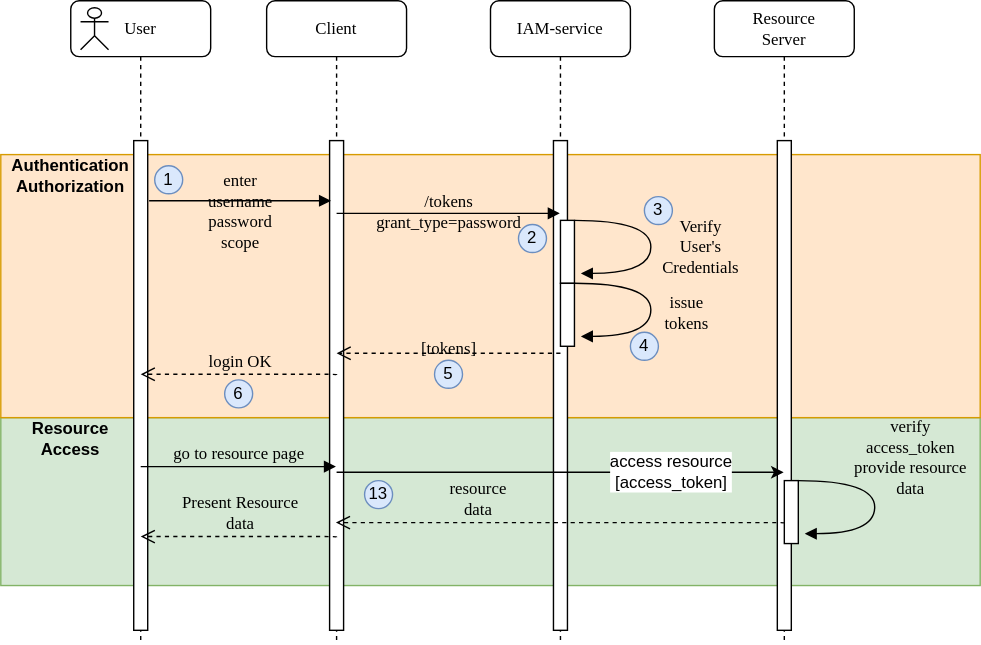
Before: docs/oauth2/133_password-credentials-flow.svg, a diagram exported from draw.io (jveverka/iam-service). Source tidied: cells renumbered, new cells last; positions are measured from the earlier drawing's top-left corner, leaving out a move shared by most shapes.
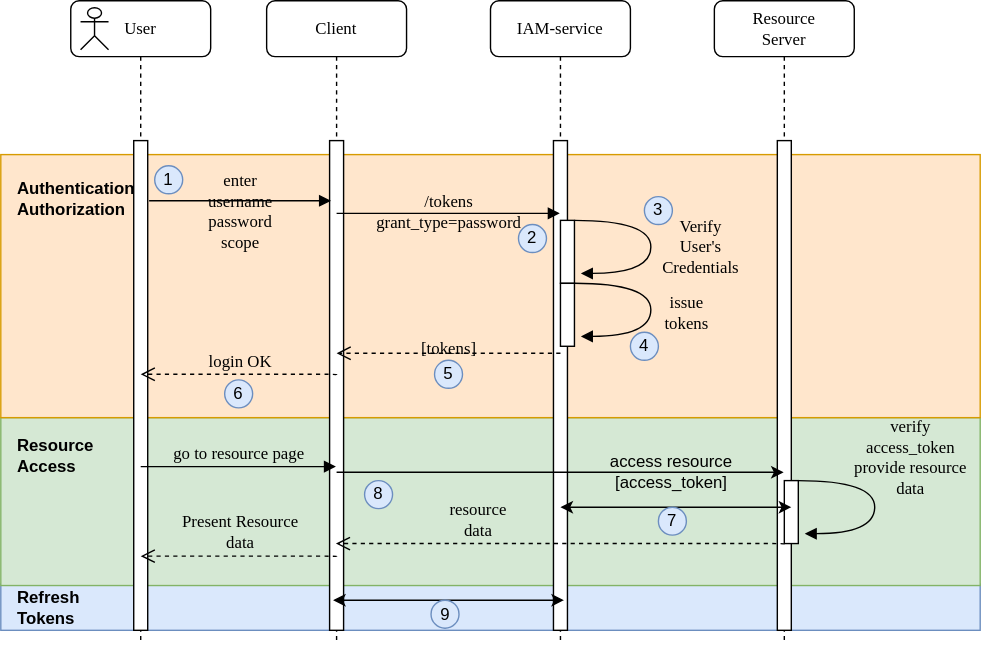
The same file after the commit.

What changed in the source:
```diff
@@ -2,6 +2,9 @@
   <root>
     <mxCell id="0" />
     <mxCell id="1" parent="0" />
+    <mxCell id="37" style="rounded=0;whiteSpace=wrap;html=1;fillColor=#dae8fc;strokeColor=#6c8ebf;" parent="1" vertex="1">
+      <mxGeometry y="417" width="700" height="33" as="geometry" />
+    </mxCell>
     <mxCell id="2" style="rounded=0;whiteSpace=wrap;html=1;fillColor=#d5e8d4;strokeColor=#82b366;" parent="1" vertex="1">
       <mxGeometry y="298" width="700" height="120" as="geometry" />
     </mxCell>
@@ -119,16 +122,16 @@
         <mxPoint x="559.5" y="337" as="targetPoint" />
       </mxGeometry>
     </mxCell>
-    <mxCell id="28" value="access resource&lt;br&gt;[access_token]" style="text;html=1;align=center;verticalAlign=middle;labelBackgroundColor=#ffffff;" parent="27" vertex="1">
+    <mxCell id="28" value="access resource&lt;br&gt;[access_token]" style="text;html=1;align=center;verticalAlign=middle;labelBackgroundColor=none;" parent="27" vertex="1">
       <mxGeometry x="0.49" y="1" relative="1" as="geometry" />
     </mxCell>
     <mxCell id="29" value="resource&lt;br&gt;data" style="html=1;verticalAlign=bottom;endArrow=open;dashed=1;endSize=8;labelBackgroundColor=none;fontFamily=Verdana;fontSize=12;edgeStyle=elbowEdgeStyle;elbow=vertical;" parent="1" edge="1">
       <mxGeometry x="0.37" relative="1" as="geometry">
-        <mxPoint x="560" y="373.5" as="sourcePoint" />
-        <mxPoint x="239.5" y="373" as="targetPoint" />
+        <mxPoint x="560" y="388.5" as="sourcePoint" />
+        <mxPoint x="239.5" y="388" as="targetPoint" />
         <Array as="points">
-          <mxPoint x="525" y="373" />
-          <mxPoint x="555" y="373" />
+          <mxPoint x="525" y="388" />
+          <mxPoint x="555" y="388" />
         </Array>
       </mxGeometry>
     </mxCell>
@@ -140,11 +143,11 @@
     </mxCell>
     <mxCell id="31" value="Present Resource&lt;br&gt;data" style="html=1;verticalAlign=bottom;endArrow=open;dashed=1;endSize=8;labelBackgroundColor=none;fontFamily=Verdana;fontSize=12;edgeStyle=elbowEdgeStyle;elbow=vertical;" parent="1" edge="1">
       <mxGeometry relative="1" as="geometry">
-        <mxPoint x="240" y="383.5" as="sourcePoint" />
-        <mxPoint x="100" y="383" as="targetPoint" />
+        <mxPoint x="240" y="397.5" as="sourcePoint" />
+        <mxPoint x="100" y="397" as="targetPoint" />
         <Array as="points">
-          <mxPoint x="205" y="383" />
-          <mxPoint x="235" y="383" />
+          <mxPoint x="205" y="397" />
+          <mxPoint x="235" y="397" />
         </Array>
       </mxGeometry>
     </mxCell>
@@ -162,14 +165,35 @@
         <mxPoint x="54" y="15" as="offset" />
       </mxGeometry>
     </mxCell>
-    <mxCell id="34" value="13" style="ellipse;whiteSpace=wrap;html=1;fillColor=#dae8fc;strokeColor=#6c8ebf;" parent="1" vertex="1">
+    <mxCell id="34" value="8" style="ellipse;whiteSpace=wrap;html=1;fillColor=#dae8fc;strokeColor=#6c8ebf;" parent="1" vertex="1">
       <mxGeometry x="260" y="343" width="20" height="20" as="geometry" />
     </mxCell>
-    <mxCell id="35" value="&lt;b&gt;Authentication&lt;br&gt;Authorization&lt;/b&gt;" style="text;html=1;strokeColor=none;fillColor=none;align=center;verticalAlign=middle;whiteSpace=wrap;rounded=0;" parent="1" vertex="1">
-      <mxGeometry x="10" y="110" width="80" height="30" as="geometry" />
+    <mxCell id="35" value="&lt;b&gt;Authentication&lt;br&gt;Authorization&lt;/b&gt;" style="text;html=1;strokeColor=none;fillColor=none;align=left;verticalAlign=middle;whiteSpace=wrap;rounded=0;" parent="1" vertex="1">
+      <mxGeometry x="10" y="127" width="80" height="30" as="geometry" />
     </mxCell>
-    <mxCell id="36" value="&lt;b&gt;Resource&lt;br&gt;Access&lt;/b&gt;" style="text;html=1;strokeColor=none;fillColor=none;align=center;verticalAlign=middle;whiteSpace=wrap;rounded=0;" parent="1" vertex="1">
-      <mxGeometry x="10" y="298" width="80" height="30" as="geometry" />
+    <mxCell id="36" value="&lt;b&gt;Resource&lt;br&gt;Access&lt;/b&gt;" style="text;html=1;strokeColor=none;fillColor=none;align=left;verticalAlign=middle;whiteSpace=wrap;rounded=0;" parent="1" vertex="1">
+      <mxGeometry x="10" y="310" width="80" height="30" as="geometry" />
     </mxCell>
+    <mxCell id="38" style="endArrow=classic;startArrow=classic;html=1;" parent="1" edge="1">
+      <mxGeometry relative="1" as="geometry">
+        <mxPoint x="400" y="362" as="sourcePoint" />
+        <mxPoint x="565" y="362" as="targetPoint" />
+      </mxGeometry>
+    </mxCell>
+    <mxCell id="39" value="7" style="ellipse;whiteSpace=wrap;html=1;fillColor=#dae8fc;strokeColor=#6c8ebf;" parent="1" vertex="1">
+      <mxGeometry x="470" y="362" width="20" height="20" as="geometry" />
+    </mxCell>
+    <mxCell id="40" value="&lt;b&gt;Refresh Tokens&lt;/b&gt;" style="text;html=1;strokeColor=none;fillColor=none;align=left;verticalAlign=middle;whiteSpace=wrap;rounded=0;" parent="1" vertex="1">
+      <mxGeometry x="10" y="418.5" width="80" height="30" as="geometry" />
+    </mxCell>
+    <mxCell id="41" style="endArrow=classic;startArrow=classic;html=1;" parent="1" edge="1">
+      <mxGeometry relative="1" as="geometry">
+        <mxPoint x="237.5" y="428.5" as="sourcePoint" />
+        <mxPoint x="402.5" y="428.5" as="targetPoint" />
+      </mxGeometry>
+    </mxCell>
+    <mxCell id="42" value="9" style="ellipse;whiteSpace=wrap;html=1;fillColor=#dae8fc;strokeColor=#6c8ebf;" parent="1" vertex="1">
+      <mxGeometry x="307.5" y="428.5" width="20" height="20" as="geometry" />
+    </mxCell>
   </root>
 </mxGraphModel>
```
